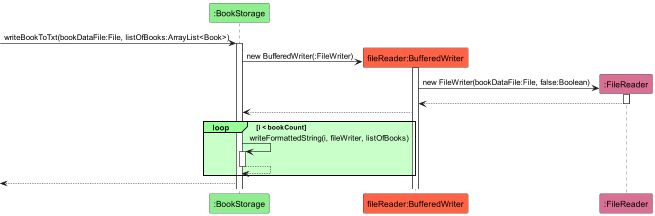
Above: docs/images/WriteBookToTxtDiagram.png in kirangeofran/tp (PlantUML), before the change.
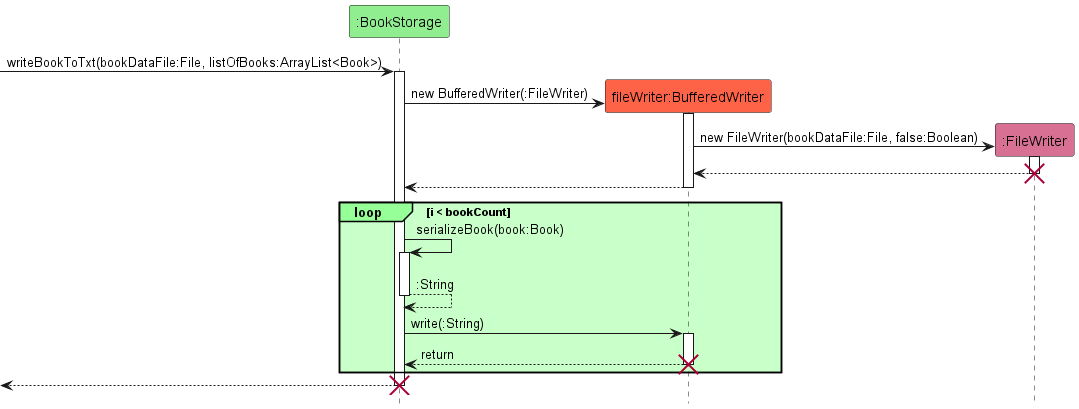
Above is the later version.

The edit, as a diff of the source:
```diff
@@ -1,9 +1,10 @@
 @startuml
 !include style.puml
+hide footbox
 
 participant ":BookStorage" as BookStorage STORAGE_COLOR
-participant "fileReader:BufferedWriter" as BufferedWriter BUFFERED_WRITER_COLOR
-participant ":FileReader" as FileWriter FILE_WRITER_COLOR
+participant "fileWriter:BufferedWriter" as BufferedWriter BUFFERED_WRITER_COLOR
+participant ":FileWriter" as FileWriter FILE_WRITER_COLOR
 
 [-> BookStorage : writeBookToTxt(bookDataFile:File, listOfBooks:ArrayList<Book>)
 activate BookStorage
@@ -18,17 +19,30 @@
 
 FileWriter --> BufferedWriter
 deactivate FileWriter
+destroy FileWriter
 
 BufferedWriter --> BookStorage
+deactivate BufferedWriter
 
 loop#physical #technology i < bookCount
-BookStorage -> BookStorage : writeFormattedString(i, fileWriter, listOfBooks)
+
+BookStorage -> BookStorage : serializeBook(book:Book)
 activate BookStorage
 
-BookStorage --> BookStorage
+BookStorage --> BookStorage : :String
 deactivate BookStorage
+
+BookStorage -> BufferedWriter : write(:String)
+activate BufferedWriter
+
+BookStorage <-- BufferedWriter : return
+deactivate BufferedWriter
+destroy BufferedWriter
+
 
 end
 [<-- BookStorage
+deactivate BookStorage
+destroy BookStorage
 
 @enduml
```
